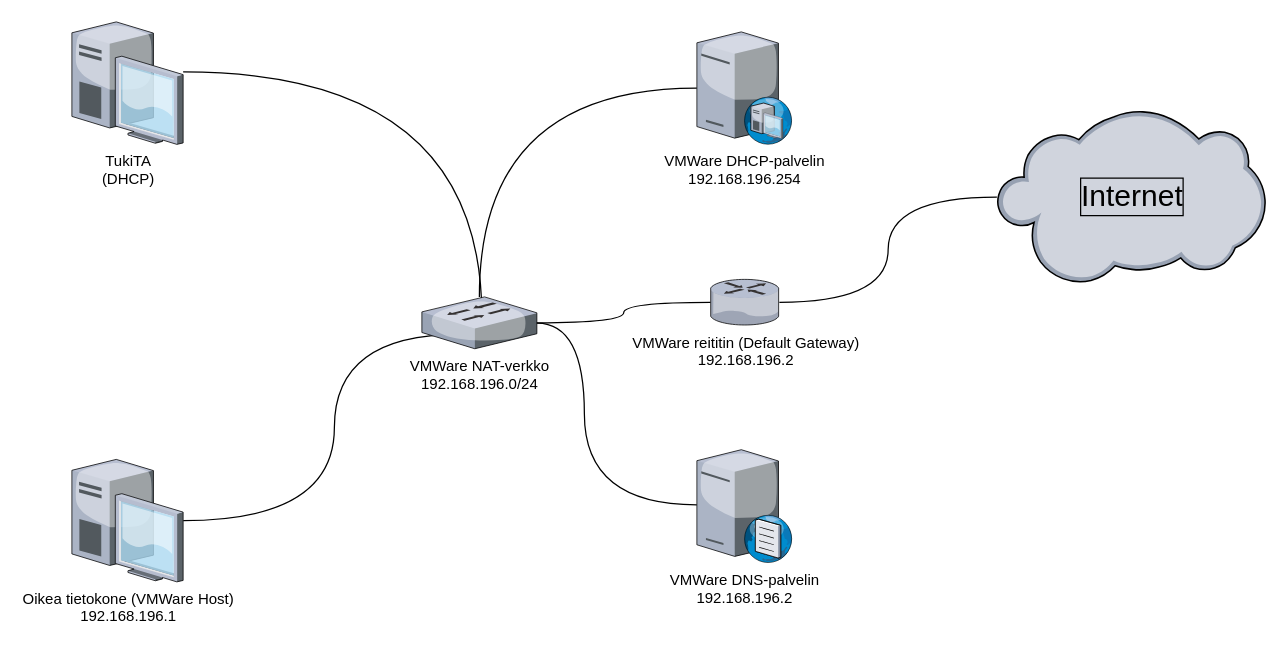
Before: Docs/VMWareNAT.drawio in MikaVainio/TukiTA, a draw.io diagram. Source tidied: cells renumbered, new cells numbered last; positions are measured from the earlier drawing's top-left corner, leaving out a move shared by most shapes. Both pictures are drawn from the tidied source at 125%, with x=0, y=0 at pixel (71, 21).
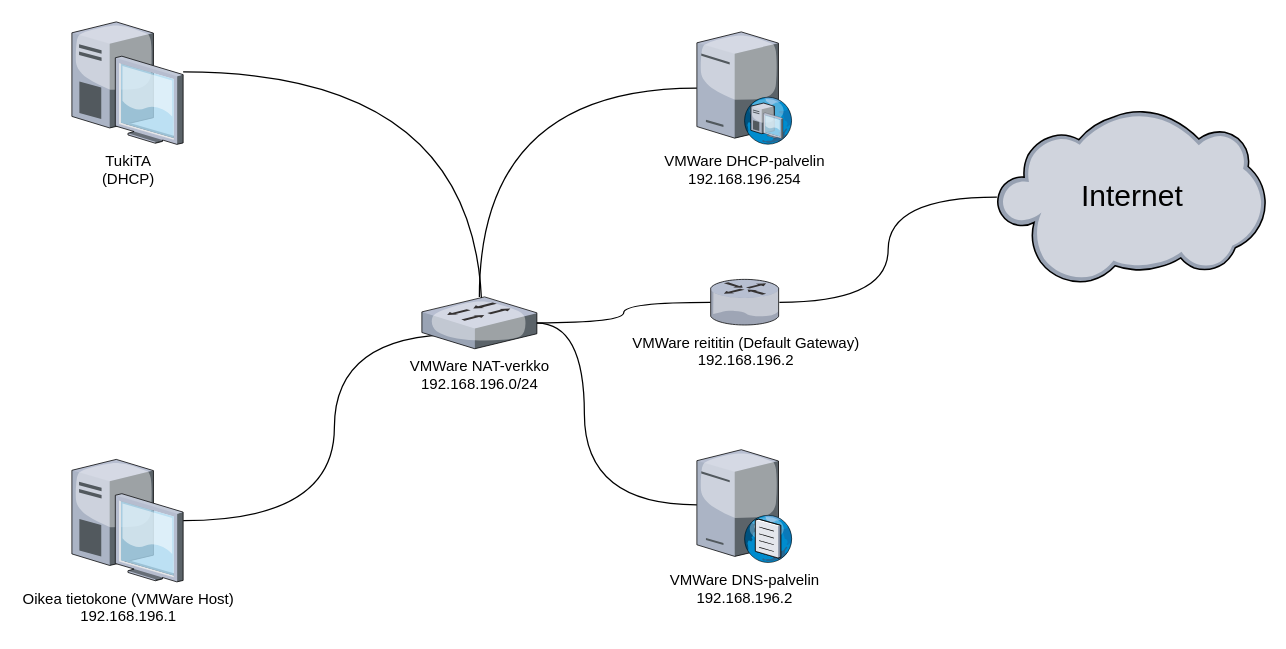
Above is the later version.

Commit message (it also covers changes not shown here):
Päivitetty verkkokaaviota

What changed in the source:
```diff
@@
 <mxGraphModel>
   <root>
     <mxCell id="0" />
     <mxCell id="1" parent="0" />
     <mxCell id="2" style="edgeStyle=orthogonalEdgeStyle;jettySize=auto;html=1;entryX=0.522;entryY=0.386;entryDx=0;entryDy=0;entryPerimeter=0;fontSize=24;curved=1;endArrow=none;endFill=0;" parent="1" edge="1" source="3" target="6">
       <mxGeometry relative="1" as="geometry">
         <Array as="points">
           <mxPoint x="328" y="40" />
         </Array>
       </mxGeometry>
     </mxCell>
     <mxCell id="3" value="TukiTA&lt;br&gt;(DHCP)" style="verticalLabelPosition=bottom;html=1;verticalAlign=top;strokeColor=#9673a6;align=center;outlineConnect=0;shape=mxgraph.citrix.desktop;fillColor=#e1d5e7;" parent="1" vertex="1">
       <mxGeometry width="89" height="98" as="geometry" />
     </mxCell>
     <mxCell id="4" style="edgeStyle=orthogonalEdgeStyle;curved=1;jettySize=auto;html=1;entryX=0.326;entryY=0.723;entryDx=0;entryDy=0;entryPerimeter=0;endArrow=none;endFill=0;fontSize=24;" parent="1" edge="1" source="5" target="6">
       <mxGeometry relative="1" as="geometry">
         <Array as="points">
           <mxPoint x="210" y="399" />
           <mxPoint x="210" y="250" />
         </Array>
       </mxGeometry>
     </mxCell>
     <mxCell id="5" value="Oikea tietokone (VMWare Host)&lt;br&gt;192.168.196.1" style="verticalLabelPosition=bottom;html=1;verticalAlign=top;strokeColor=none;align=center;outlineConnect=0;shape=mxgraph.citrix.desktop;" parent="1" vertex="1">
       <mxGeometry y="350" width="89" height="98" as="geometry" />
     </mxCell>
     <mxCell id="6" value="VMWare NAT-verkko&lt;br&gt;192.168.196.0/24" style="verticalLabelPosition=bottom;html=1;verticalAlign=top;strokeColor=none;align=center;outlineConnect=0;shape=mxgraph.citrix.switch;" parent="1" vertex="1">
       <mxGeometry x="280" y="220" width="92" height="41.5" as="geometry" />
     </mxCell>
     <mxCell id="7" style="edgeStyle=orthogonalEdgeStyle;curved=1;jettySize=auto;html=1;endArrow=none;endFill=0;fontSize=24;" parent="1" edge="1" source="8" target="6">
       <mxGeometry relative="1" as="geometry" />
     </mxCell>
     <mxCell id="8" value="VMWare DHCP-palvelin&lt;br&gt;192.168.196.254" style="verticalLabelPosition=bottom;html=1;verticalAlign=top;strokeColor=none;align=center;outlineConnect=0;shape=mxgraph.citrix.dhcp_server;" parent="1" vertex="1">
       <mxGeometry x="500" y="8" width="76" height="90" as="geometry" />
     </mxCell>
     <mxCell id="9" style="edgeStyle=orthogonalEdgeStyle;curved=1;jettySize=auto;html=1;endArrow=none;endFill=0;fontSize=24;" parent="1" edge="1" source="10" target="6">
       <mxGeometry relative="1" as="geometry">
         <Array as="points">
           <mxPoint x="410" y="386" />
           <mxPoint x="410" y="241" />
         </Array>
       </mxGeometry>
     </mxCell>
     <mxCell id="10" value="VMWare DNS-palvelin&lt;br&gt;192.168.196.2" style="verticalLabelPosition=bottom;html=1;verticalAlign=top;strokeColor=none;align=center;outlineConnect=0;shape=mxgraph.citrix.dns_server;" parent="1" vertex="1">
       <mxGeometry x="500" y="340" width="76.5" height="92.5" as="geometry" />
     </mxCell>
-    <mxCell id="11" value="Internet" style="verticalLabelPosition=middle;html=1;verticalAlign=middle;strokeColor=none;align=center;outlineConnect=0;shape=mxgraph.citrix.cloud;labelPosition=center;labelBorderColor=#000000;fontSize=24;" parent="1" vertex="1">
+    <mxCell id="11" value="Internet" style="verticalLabelPosition=middle;html=1;verticalAlign=middle;strokeColor=none;align=center;outlineConnect=0;shape=mxgraph.citrix.cloud;labelPosition=center;labelBorderColor=none;fontSize=24;" parent="1" vertex="1">
       <mxGeometry x="740" y="70" width="215" height="140.3" as="geometry" />
     </mxCell>
     <mxCell id="12" style="edgeStyle=orthogonalEdgeStyle;curved=1;jettySize=auto;html=1;endArrow=none;endFill=0;fontSize=24;" parent="1" edge="1" source="14" target="6">
       <mxGeometry relative="1" as="geometry" />
     </mxCell>
     <mxCell id="13" style="edgeStyle=orthogonalEdgeStyle;curved=1;jettySize=auto;html=1;endArrow=none;endFill=0;fontSize=24;" parent="1" edge="1" source="14" target="11">
       <mxGeometry relative="1" as="geometry" />
     </mxCell>
     <mxCell id="14" value="VMWare reititin (Default Gateway)&lt;br&gt;192.168.196.2" style="verticalLabelPosition=bottom;html=1;verticalAlign=top;strokeColor=none;align=center;outlineConnect=0;shape=mxgraph.citrix.router;" parent="1" vertex="1">
       <mxGeometry x="511" y="206" width="55" height="36.5" as="geometry" />
     </mxCell>
   </root>
 </mxGraphModel>
```
